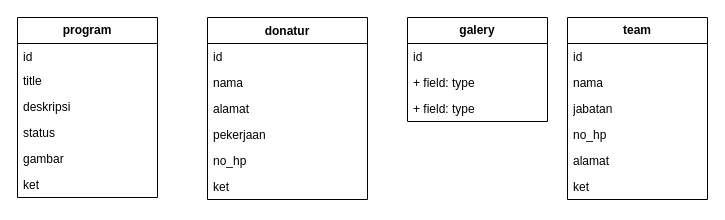
Earlier version of the draw.io diagram yayasan_aik.drawio (ancadev05/erd). Source tidied: cells renumbered, new cells numbered last; positions are measured from the earlier drawing's top-left corner, leaving out a move shared by most shapes. Both pictures are drawn from the tidied source at 100%, with x=0, y=0 at pixel (17, 17).
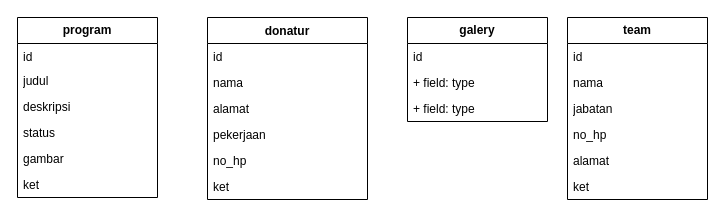
After the change.

Unchanged cells that the change refers to:
```xml
<mxCell id="2" value="program" style="swimlane;fontStyle=1;horizontal=1;startSize=26;fillColor=none;whiteSpace=wrap;html=1;" parent="1" vertex="1">
  <mxGeometry width="140" height="180" as="geometry" />
</mxCell>
```

The edit, as a diff of the source:
```diff
@@
-    <mxCell id="4" value="title" style="text;strokeColor=none;fillColor=none;align=left;verticalAlign=top;spacingLeft=4;spacingRight=4;overflow=hidden;whiteSpace=wrap;html=1;" parent="2" vertex="1">
+    <mxCell id="4" value="judul" style="text;strokeColor=none;fillColor=none;align=left;verticalAlign=top;spacingLeft=4;spacingRight=4;overflow=hidden;whiteSpace=wrap;html=1;" parent="2" vertex="1">
       <mxGeometry y="50" width="140" height="26" as="geometry" />
     </mxCell>
```
